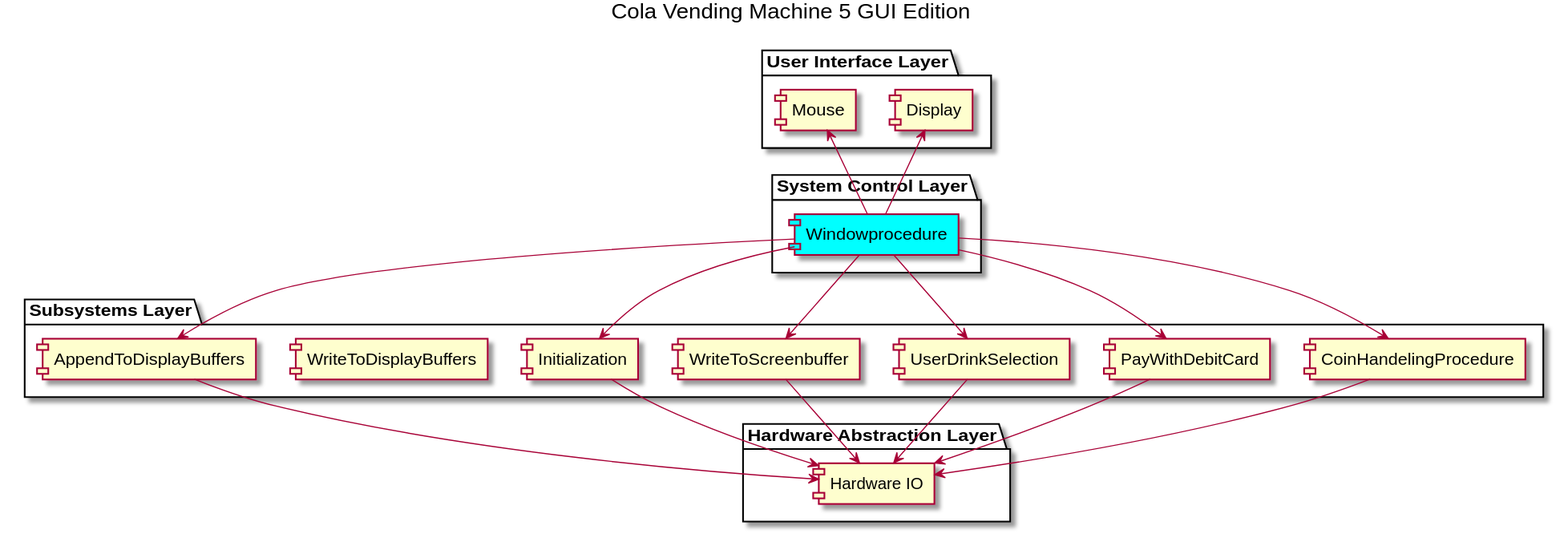
CupOfEspresso/ColaVendingMachine-5 keeps this PlantUML diagram as PUML/Cola Vending Machine 5 GUI Edition.svg. Above is the earlier version.
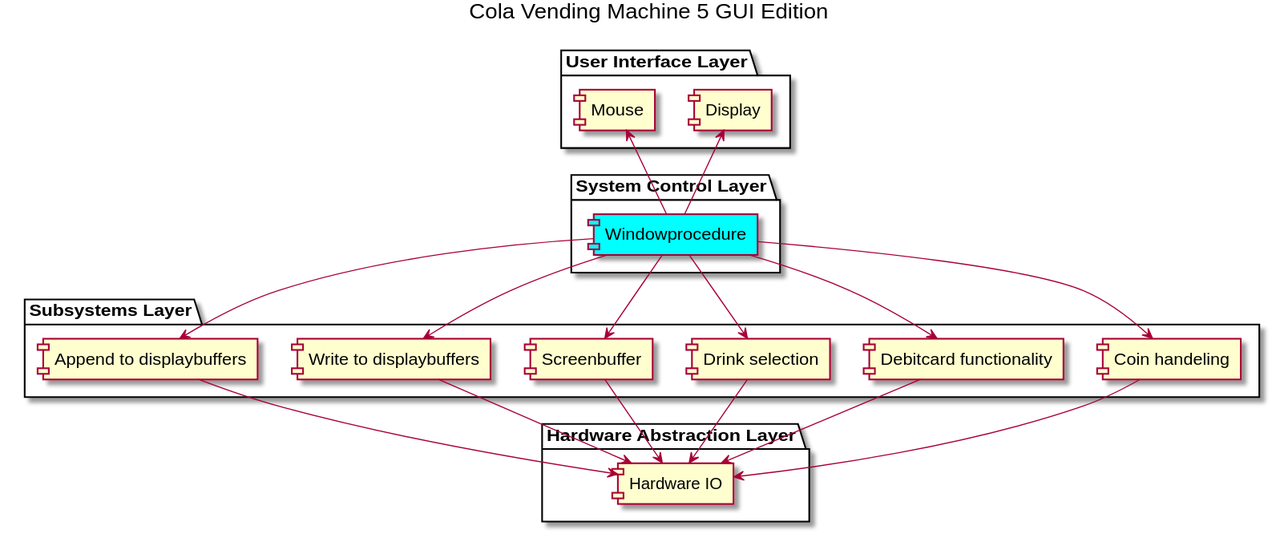
Later version of the same file.

Change to the diagram source:
```diff
@@ -13,13 +13,12 @@
 }
 
 package "Subsystems Layer" {
-    [CoinHandelingProcedure]
-    [PayWithDebitCard]
-    [UserDrinkSelection]
-    [WriteToScreenbuffer]
-    [Initialization]
-    [WriteToDisplayBuffers]
-    [AppendToDisplayBuffers]
+    [Coin handeling]
+    [Debitcard functionality]
+    [Drink selection]
+    [Screenbuffer]
+    [Write to displaybuffers]
+    [Append to displaybuffers]
 }
 
 package "Hardware Abstraction Layer" {
@@ -29,17 +28,17 @@
 [Windowprocedure] -up-> [Mouse]
 [Windowprocedure] -up-> [Display]
 
-[Windowprocedure] -down-> [CoinHandelingProcedure]
-[Windowprocedure] -down-> [PayWithDebitCard]
-[Windowprocedure] -down-> [UserDrinkSelection]
-[Windowprocedure] -down-> [WriteToScreenbuffer]
-[Windowprocedure] -down-> [Initialization]
-[Windowprocedure] -down-> [AppendToDisplayBuffers]
+[Windowprocedure] -down-> [Coin handeling]
+[Windowprocedure] -down-> [Debitcard functionality]
+[Windowprocedure] -down-> [Drink selection]
+[Windowprocedure] -down-> [Screenbuffer]
+[Windowprocedure] -down-> [Write to displaybuffers]
+[Windowprocedure] -down-> [Append to displaybuffers]
 
-[CoinHandelingProcedure] -down-> [Hardware IO]
-[PayWithDebitCard] -down-> [Hardware IO]
-[UserDrinkSelection] -down-> [Hardware IO]
-[WriteToScreenbuffer] -down-> [Hardware IO]
-[Initialization] -down-> [Hardware IO]
-[AppendToDisplayBuffers] -down-> [Hardware IO]
+[Coin handeling] -down-> [Hardware IO]
+[Debitcard functionality] -down-> [Hardware IO]
+[Drink selection] -down-> [Hardware IO]
+[Screenbuffer] -down-> [Hardware IO]
+[Write to displaybuffers] -down-> [Hardware IO]
+[Append to displaybuffers] -down-> [Hardware IO]
 @enduml
```
